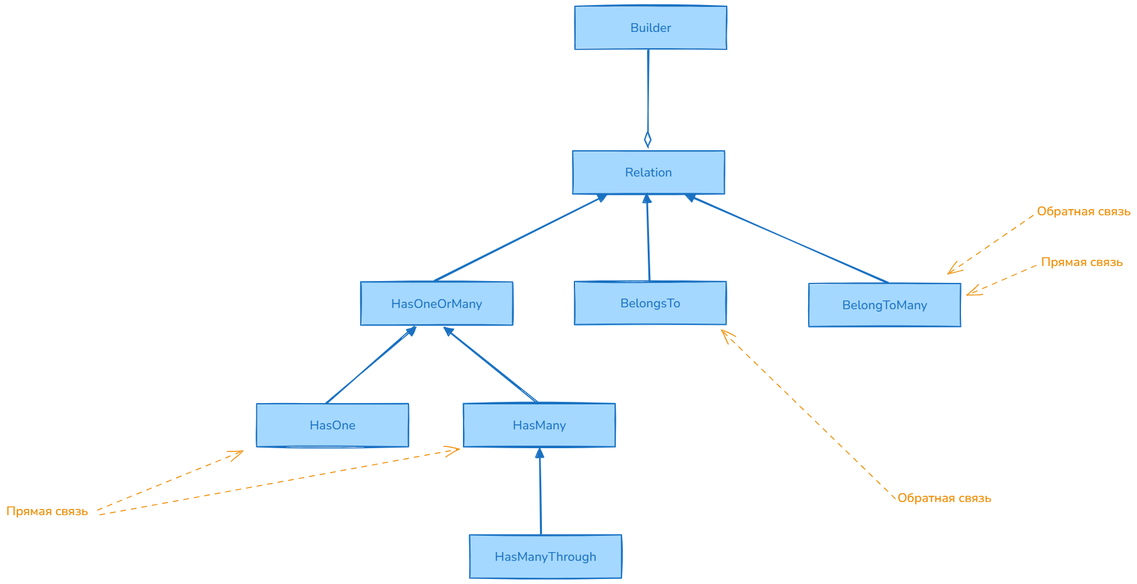
Earlier version of the Excalidraw export =img=/realations.excalidraw.png (silvercodes/p32_laravel). Source tidied: one line per element, renumbered; positions are measured from the earlier drawing's top-left corner, leaving out a move shared by most shapes. The source it was exported from:
```json
{"id": 0, "type": "rectangle", "strokeColor": "#1971c2", "backgroundColor": "#a5d8ff", "fillStyle": "solid", "strokeWidth": 2, "roughness": 1, "x": 904, "y": 231, "width": 242, "height": 69}
{"id": 1, "type": "text", "text": "Relation", "strokeColor": "#1971c2", "backgroundColor": "#a5d8ff", "fillStyle": "solid", "strokeWidth": 2, "roughness": 1, "fontSize": 20, "fontFamily": 6, "textAlign": "center", "verticalAlign": "middle", "inside": 0, "x": 988, "y": 252, "width": 75, "height": 27}
{"id": 2, "type": "rectangle", "strokeColor": "#1971c2", "backgroundColor": "#a5d8ff", "fillStyle": "solid", "strokeWidth": 2, "roughness": 1, "x": 566, "y": 441, "width": 242, "height": 69}
{"id": 3, "type": "text", "text": "HasOneOrMany", "strokeColor": "#1971c2", "backgroundColor": "#a5d8ff", "fillStyle": "solid", "strokeWidth": 2, "roughness": 1, "fontSize": 20, "fontFamily": 6, "textAlign": "center", "verticalAlign": "middle", "inside": 2, "x": 615, "y": 462, "width": 145, "height": 27}
{"id": 4, "type": "rectangle", "strokeColor": "#1971c2", "backgroundColor": "#a5d8ff", "fillStyle": "solid", "strokeWidth": 2, "roughness": 1, "x": 907, "y": 440, "width": 242, "height": 69}
{"id": 5, "type": "text", "text": "BelongsTo", "strokeColor": "#1971c2", "backgroundColor": "#a5d8ff", "fillStyle": "solid", "strokeWidth": 2, "roughness": 1, "fontSize": 20, "fontFamily": 6, "textAlign": "center", "verticalAlign": "middle", "inside": 4, "x": 980, "y": 461, "width": 96, "height": 27}
{"id": 6, "type": "rectangle", "strokeColor": "#1971c2", "backgroundColor": "#a5d8ff", "fillStyle": "solid", "strokeWidth": 2, "roughness": 1, "x": 1281, "y": 443, "width": 242, "height": 69}
{"id": 7, "type": "text", "text": "BelongToMany", "strokeColor": "#1971c2", "backgroundColor": "#a5d8ff", "fillStyle": "solid", "strokeWidth": 2, "roughness": 1, "fontSize": 20, "fontFamily": 6, "textAlign": "center", "verticalAlign": "middle", "inside": 6, "x": 1334, "y": 464, "width": 136, "height": 27}
{"id": 8, "type": "arrow", "strokeColor": "#1971c2", "backgroundColor": "#a5d8ff", "fillStyle": "solid", "strokeWidth": 2, "roughness": 1, "endArrowhead": "triangle", "round": true, "from": 2, "to": 0, "x": 684, "y": 440, "width": 273, "height": 138, "points": [[0, 0], [273, -138]]}
{"id": 9, "type": "arrow", "strokeColor": "#1971c2", "backgroundColor": "#a5d8ff", "fillStyle": "solid", "strokeWidth": 2, "roughness": 1, "endArrowhead": "triangle", "round": true, "from": 4, "to": 0, "x": 1027, "y": 439, "width": 4, "height": 139, "points": [[0, 0], [-4, -139]]}
{"id": 10, "type": "arrow", "strokeColor": "#1971c2", "backgroundColor": "#a5d8ff", "fillStyle": "solid", "strokeWidth": 2, "roughness": 1, "endArrowhead": "triangle", "round": true, "from": 6, "to": 0, "x": 1406, "y": 442, "width": 321, "height": 142, "points": [[0, 0], [-321, -142]]}
{"id": 11, "type": "rectangle", "strokeColor": "#1971c2", "backgroundColor": "#a5d8ff", "fillStyle": "solid", "strokeWidth": 2, "roughness": 1, "x": 400, "y": 635, "width": 242, "height": 69}
{"id": 12, "type": "text", "text": "HasOne", "strokeColor": "#1971c2", "backgroundColor": "#a5d8ff", "fillStyle": "solid", "strokeWidth": 2, "roughness": 1, "fontSize": 20, "fontFamily": 6, "textAlign": "center", "verticalAlign": "middle", "inside": 11, "x": 484, "y": 656, "width": 73, "height": 27}
{"id": 13, "type": "rectangle", "strokeColor": "#1971c2", "backgroundColor": "#a5d8ff", "fillStyle": "solid", "strokeWidth": 2, "roughness": 1, "x": 730, "y": 635, "width": 242, "height": 69}
{"id": 14, "type": "text", "text": "HasMany", "strokeColor": "#1971c2", "backgroundColor": "#a5d8ff", "fillStyle": "solid", "strokeWidth": 2, "roughness": 1, "fontSize": 20, "fontFamily": 6, "textAlign": "center", "verticalAlign": "middle", "inside": 13, "x": 808, "y": 656, "width": 85, "height": 27}
{"id": 15, "type": "arrow", "strokeColor": "#1971c2", "backgroundColor": "#a5d8ff", "fillStyle": "solid", "strokeWidth": 2, "roughness": 1, "endArrowhead": "triangle", "round": true, "from": 11, "to": 2, "x": 512, "y": 633, "width": 140, "height": 122, "points": [[0, 0], [140, -122]]}
{"id": 16, "type": "arrow", "strokeColor": "#1971c2", "backgroundColor": "#a5d8ff", "fillStyle": "solid", "strokeWidth": 2, "roughness": 1, "endArrowhead": "triangle", "round": true, "from": 13, "to": 2, "x": 850, "y": 636, "width": 150, "height": 122, "points": [[0, 0], [-150, -122]]}
{"id": 17, "type": "rectangle", "strokeColor": "#1971c2", "backgroundColor": "#a5d8ff", "fillStyle": "solid", "strokeWidth": 2, "roughness": 1, "x": 740, "y": 845, "width": 242, "height": 69}
{"id": 18, "type": "text", "text": "HasManyThrough", "strokeColor": "#1971c2", "backgroundColor": "#a5d8ff", "fillStyle": "solid", "strokeWidth": 2, "roughness": 1, "fontSize": 20, "fontFamily": 6, "textAlign": "center", "verticalAlign": "middle", "inside": 17, "x": 780, "y": 866, "width": 162, "height": 27}
{"id": 19, "type": "arrow", "strokeColor": "#1971c2", "backgroundColor": "#a5d8ff", "fillStyle": "solid", "strokeWidth": 2, "roughness": 1, "endArrowhead": "triangle", "round": true, "from": 17, "to": 13, "x": 854, "y": 843, "width": 3, "height": 137, "points": [[0, 0], [-3, -137]]}
{"id": 20, "type": "rectangle", "strokeColor": "#1971c2", "backgroundColor": "#a5d8ff", "fillStyle": "solid", "strokeWidth": 2, "roughness": 1, "x": 908, "y": 0, "width": 242, "height": 69}
{"id": 21, "type": "text", "text": "Builder", "strokeColor": "#1971c2", "backgroundColor": "#a5d8ff", "fillStyle": "solid", "strokeWidth": 2, "roughness": 1, "fontSize": 20, "fontFamily": 6, "textAlign": "center", "verticalAlign": "middle", "inside": 20, "x": 996, "y": 21, "width": 65, "height": 27}
{"id": 22, "type": "arrow", "strokeColor": "#1971c2", "backgroundColor": "#a5d8ff", "fillStyle": "solid", "strokeWidth": 2, "roughness": 1, "endArrowhead": "diamond_outline", "round": true, "from": 20, "to": 0, "x": 1025, "y": 70, "width": 0, "height": 155, "points": [[0, 0], [0, 155]]}
{"id": 23, "type": "arrow", "strokeColor": "#f08c00", "backgroundColor": "#a5d8ff", "fillStyle": "solid", "strokeWidth": 1, "strokeStyle": "dashed", "roughness": 1, "endArrowhead": "arrow", "round": true, "from": 24, "x": 147, "y": 806, "width": 231, "height": 97, "points": [[0, 0], [231, -97]]}
{"id": 24, "type": "text", "text": "Прямая связь", "strokeColor": "#f08c00", "backgroundColor": "#a5d8ff", "fillStyle": "solid", "strokeWidth": 2, "roughness": 1, "fontSize": 20, "fontFamily": 6, "x": 0, "y": 792, "width": 131, "height": 27}
{"id": 25, "type": "arrow", "strokeColor": "#f08c00", "backgroundColor": "#a5d8ff", "fillStyle": "solid", "strokeWidth": 1, "strokeStyle": "dashed", "roughness": 1, "endArrowhead": "arrow", "round": true, "from": 24, "to": 13, "x": 149, "y": 811, "width": 575, "height": 104, "points": [[0, 0], [575, -104]]}
{"id": 26, "type": "text", "text": "Обратная связь", "strokeColor": "#f08c00", "backgroundColor": "#a5d8ff", "fillStyle": "solid", "strokeWidth": 1, "strokeStyle": "dashed", "roughness": 1, "fontSize": 20, "fontFamily": 6, "x": 1423, "y": 772, "width": 150, "height": 27}
{"id": 27, "type": "arrow", "strokeColor": "#f08c00", "backgroundColor": "#a5d8ff", "fillStyle": "solid", "strokeWidth": 1, "strokeStyle": "dashed", "roughness": 1, "endArrowhead": "arrow", "round": true, "from": 26, "to": 4, "x": 1419, "y": 787, "width": 276, "height": 270, "points": [[0, 0], [-276, -270]]}
{"id": 28, "type": "text", "text": "Обратная связь", "strokeColor": "#f08c00", "backgroundColor": "#a5d8ff", "fillStyle": "solid", "strokeWidth": 1, "strokeStyle": "dashed", "roughness": 1, "fontSize": 20, "fontFamily": 6, "x": 1645, "y": 314, "width": 150, "height": 27}
{"id": 29, "type": "text", "text": "Прямая связь", "strokeColor": "#f08c00", "backgroundColor": "#a5d8ff", "fillStyle": "solid", "strokeWidth": 2, "roughness": 1, "fontSize": 20, "fontFamily": 6, "x": 1652, "y": 395, "width": 131, "height": 27}
{"id": 30, "type": "arrow", "strokeColor": "#f08c00", "backgroundColor": "#a5d8ff", "fillStyle": "solid", "strokeWidth": 1, "strokeStyle": "dashed", "roughness": 1, "endArrowhead": "arrow", "round": true, "from": 28, "to": 6, "x": 1638, "y": 335, "width": 135, "height": 93, "points": [[0, 0], [-135, 93]]}
{"id": 31, "type": "arrow", "strokeColor": "#f08c00", "backgroundColor": "#a5d8ff", "fillStyle": "solid", "strokeWidth": 1, "strokeStyle": "dashed", "roughness": 1, "endArrowhead": "arrow", "round": true, "from": 29, "to": 6, "x": 1643, "y": 414, "width": 110, "height": 47, "points": [[0, 0], [-110, 47]]}
```
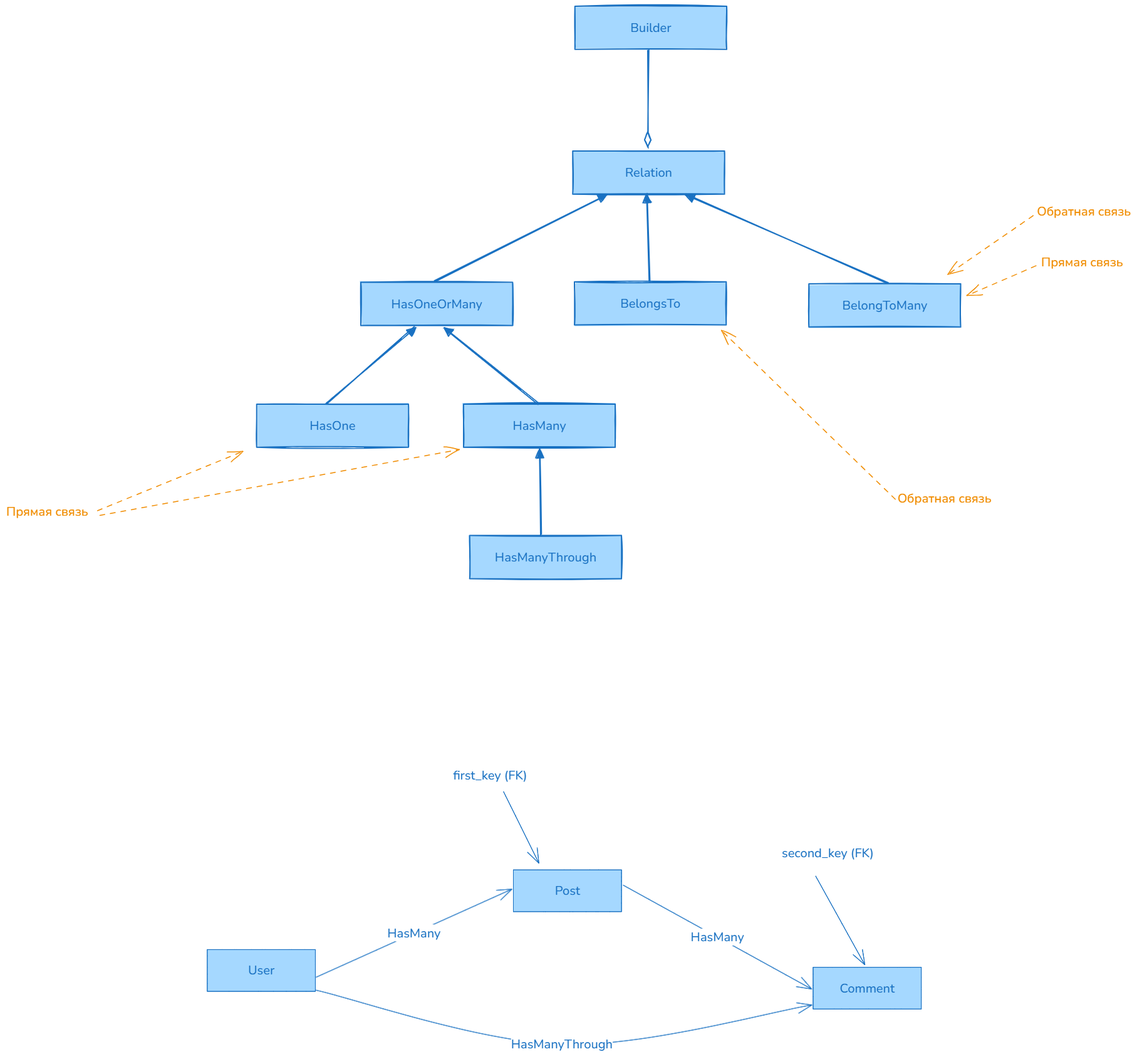
Above is the later version.

The edit, as a diff of the source:
```diff
@@ -30,3 +30,19 @@
 {"id": 29, "type": "text", "text": "Прямая связь", "strokeColor": "#f08c00", "backgroundColor": "#a5d8ff", "fillStyle": "solid", "strokeWidth": 2, "roughness": 1, "fontSize": 20, "fontFamily": 6, "x": 1652, "y": 395, "width": 131, "height": 27}
 {"id": 30, "type": "arrow", "strokeColor": "#f08c00", "backgroundColor": "#a5d8ff", "fillStyle": "solid", "strokeWidth": 1, "strokeStyle": "dashed", "roughness": 1, "endArrowhead": "arrow", "round": true, "from": 28, "to": 6, "x": 1638, "y": 335, "width": 135, "height": 93, "points": [[0, 0], [-135, 93]]}
 {"id": 31, "type": "arrow", "strokeColor": "#f08c00", "backgroundColor": "#a5d8ff", "fillStyle": "solid", "strokeWidth": 1, "strokeStyle": "dashed", "roughness": 1, "endArrowhead": "arrow", "round": true, "from": 29, "to": 6, "x": 1643, "y": 414, "width": 110, "height": 47, "points": [[0, 0], [-110, 47]]}
+{"id": 32, "type": "rectangle", "strokeColor": "#1971c2", "backgroundColor": "#a5d8ff", "fillStyle": "solid", "strokeWidth": 1, "roughness": 0, "x": 321, "y": 1505, "width": 173, "height": 67}
+{"id": 33, "type": "text", "text": "User", "strokeColor": "#1971c2", "backgroundColor": "#a5d8ff", "fillStyle": "solid", "strokeWidth": 1, "roughness": 0, "fontSize": 20, "fontFamily": 6, "textAlign": "center", "verticalAlign": "middle", "inside": 32, "x": 386, "y": 1525, "width": 42, "height": 27}
+{"id": 34, "type": "rectangle", "strokeColor": "#1971c2", "backgroundColor": "#a5d8ff", "fillStyle": "solid", "strokeWidth": 1, "roughness": 0, "x": 809, "y": 1378, "width": 173, "height": 67}
+{"id": 35, "type": "text", "text": "Post", "strokeColor": "#1971c2", "backgroundColor": "#a5d8ff", "fillStyle": "solid", "strokeWidth": 1, "roughness": 0, "fontSize": 20, "fontFamily": 6, "textAlign": "center", "verticalAlign": "middle", "inside": 34, "x": 876, "y": 1398, "width": 40, "height": 27}
+{"id": 36, "type": "rectangle", "strokeColor": "#1971c2", "backgroundColor": "#a5d8ff", "fillStyle": "solid", "strokeWidth": 1, "roughness": 0, "x": 1288, "y": 1534, "width": 173, "height": 67}
+{"id": 37, "type": "text", "text": "Comment", "strokeColor": "#1971c2", "backgroundColor": "#a5d8ff", "fillStyle": "solid", "strokeWidth": 1, "roughness": 0, "fontSize": 20, "fontFamily": 6, "textAlign": "center", "verticalAlign": "middle", "inside": 36, "x": 1330, "y": 1553, "width": 88, "height": 27}
+{"id": 38, "type": "arrow", "strokeColor": "#1971c2", "backgroundColor": "#a5d8ff", "fillStyle": "solid", "strokeWidth": 1, "roughness": 0, "endArrowhead": "arrow", "round": true, "from": 32, "to": 34, "x": 494, "y": 1550, "width": 313, "height": 141, "points": [[0, 0], [313, -141]]}
+{"id": 39, "type": "text", "text": "HasMany", "strokeColor": "#1971c2", "backgroundColor": "#a5d8ff", "fillStyle": "solid", "strokeWidth": 1, "roughness": 0, "fontSize": 20, "fontFamily": 6, "textAlign": "center", "verticalAlign": "middle", "inside": 38, "x": 626, "y": 1468, "width": 85, "height": 27}
+{"id": 40, "type": "arrow", "strokeColor": "#1971c2", "backgroundColor": "#a5d8ff", "fillStyle": "solid", "strokeWidth": 1, "roughness": 0, "endArrowhead": "arrow", "round": true, "from": 34, "to": 36, "x": 985, "y": 1402, "width": 301, "height": 166, "points": [[0, 0], [301, 166]]}
+{"id": 41, "type": "text", "text": "HasMany", "strokeColor": "#1971c2", "backgroundColor": "#a5d8ff", "fillStyle": "solid", "strokeWidth": 1, "roughness": 0, "fontSize": 20, "fontFamily": 6, "textAlign": "center", "verticalAlign": "middle", "inside": 40, "x": 1052, "y": 1476, "width": 85, "height": 27}
+{"id": 42, "type": "arrow", "strokeColor": "#1971c2", "backgroundColor": "#a5d8ff", "fillStyle": "solid", "strokeWidth": 1, "roughness": 0, "endArrowhead": "arrow", "round": true, "from": 32, "to": 36, "x": 493, "y": 1570, "width": 793, "height": 87, "points": [[0, 0], [394, 87], [793, 24]]}
+{"id": 43, "type": "text", "text": "HasManyThrough", "strokeColor": "#1971c2", "backgroundColor": "#a5d8ff", "fillStyle": "solid", "strokeWidth": 1, "roughness": 0, "fontSize": 20, "fontFamily": 6, "textAlign": "center", "verticalAlign": "middle", "inside": 42, "x": 805, "y": 1665, "width": 162, "height": 27}
+{"id": 44, "type": "arrow", "strokeColor": "#1971c2", "backgroundColor": "#a5d8ff", "fillStyle": "solid", "strokeWidth": 1, "roughness": 0, "endArrowhead": "arrow", "round": true, "to": 34, "x": 794, "y": 1253, "width": 57, "height": 114, "points": [[0, 0], [57, 114]]}
+{"id": 45, "type": "text", "text": "first_key (FK)", "strokeColor": "#1971c2", "backgroundColor": "#a5d8ff", "fillStyle": "solid", "strokeWidth": 1, "roughness": 0, "fontSize": 20, "fontFamily": 6, "x": 713, "y": 1214, "width": 118, "height": 27}
+{"id": 46, "type": "arrow", "strokeColor": "#1971c2", "backgroundColor": "#a5d8ff", "fillStyle": "solid", "strokeWidth": 1, "roughness": 0, "endArrowhead": "arrow", "round": true, "to": 36, "x": 1292, "y": 1388, "width": 79, "height": 142, "points": [[0, 0], [79, 142]]}
+{"id": 47, "type": "text", "text": "second_key (FK)", "strokeColor": "#1971c2", "backgroundColor": "#a5d8ff", "fillStyle": "solid", "strokeWidth": 1, "roughness": 0, "fontSize": 20, "fontFamily": 6, "x": 1238, "y": 1338, "width": 191, "height": 27}
```
